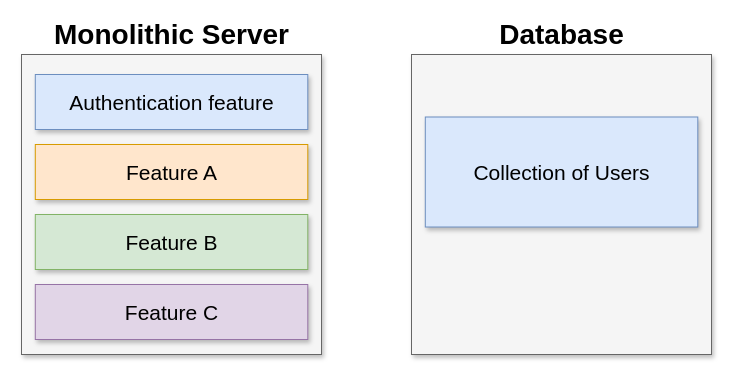
HappySuzuki/microservices-cast keeps this draw.io diagram as page "07 - db" (7 of 22) of diagrams/01/diagrams.drawio. Above is the earlier version. Source tidied: cells renumbered, new cells numbered last; positions are measured from the earlier drawing's top-left corner, leaving out a move shared by most shapes. Both pictures are drawn from the tidied source at 100%, with x=0, y=0 at pixel (21, 24).
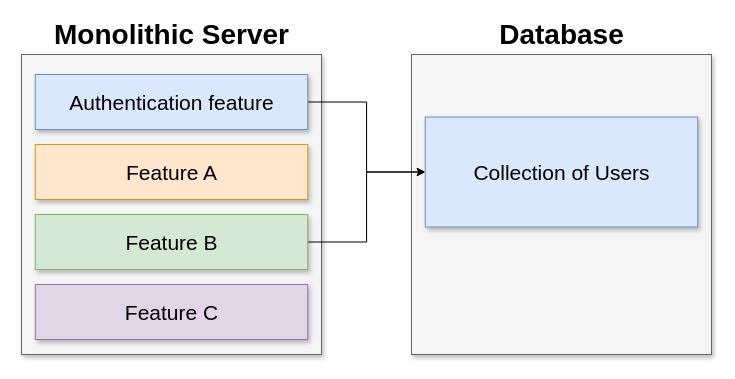
The same page after the edit.

What changed in the source:
```diff
@@
 <mxGraphModel>
   <root>
     <mxCell id="0" />
     <mxCell id="1" parent="0" />
     <mxCell id="2" style="rounded=0;whiteSpace=wrap;html=1;shadow=1;fontSize=28;fillColor=#f5f5f5;strokeColor=#666666;fontColor=#333333;" parent="1" vertex="1">
       <mxGeometry x="390" y="30" width="300" height="300" as="geometry" />
     </mxCell>
     <mxCell id="3" value="Collection of Users" style="rounded=0;whiteSpace=wrap;html=1;shadow=1;fontSize=21;fillColor=#dae8fc;strokeColor=#6c8ebf;" parent="1" vertex="1">
       <mxGeometry x="403.8" y="92.5" width="272.5" height="110" as="geometry" />
     </mxCell>
     <mxCell id="4" style="rounded=0;whiteSpace=wrap;html=1;shadow=1;fontSize=28;fillColor=#f5f5f5;strokeColor=#666666;fontColor=#333333;" parent="1" vertex="1">
       <mxGeometry y="30" width="300" height="300" as="geometry" />
     </mxCell>
     <mxCell id="5" value="Monolithic Server" style="text;html=1;strokeColor=none;fillColor=none;align=center;verticalAlign=middle;whiteSpace=wrap;rounded=0;shadow=0;fontSize=28;fontStyle=1;" parent="1" vertex="1">
       <mxGeometry x="7.5" width="285" height="20" as="geometry" />
     </mxCell>
+    <mxCell id="11" style="edgeStyle=orthogonalEdgeStyle;rounded=0;jettySize=auto;html=1;exitX=1;exitY=0.5;exitDx=0;exitDy=0;fontSize=24;" parent="1" edge="1" source="6" target="3">
+      <mxGeometry relative="1" as="geometry" />
+    </mxCell>
     <mxCell id="6" value="Authentication feature" style="rounded=0;whiteSpace=wrap;html=1;shadow=1;fontSize=21;fillColor=#dae8fc;strokeColor=#6c8ebf;" parent="1" vertex="1">
       <mxGeometry x="13.8" y="50" width="272.5" height="55" as="geometry" />
     </mxCell>
     <mxCell id="7" value="Feature A" style="rounded=0;whiteSpace=wrap;html=1;shadow=1;fontSize=21;fillColor=#ffe6cc;strokeColor=#d79b00;" parent="1" vertex="1">
       <mxGeometry x="13.8" y="120" width="272.5" height="55" as="geometry" />
     </mxCell>
+    <mxCell id="12" style="edgeStyle=orthogonalEdgeStyle;rounded=0;jettySize=auto;html=1;exitX=1;exitY=0.5;exitDx=0;exitDy=0;entryX=0;entryY=0.5;entryDx=0;entryDy=0;fontSize=24;" parent="1" edge="1" source="8" target="3">
+      <mxGeometry relative="1" as="geometry" />
+    </mxCell>
     <mxCell id="8" value="Feature B" style="rounded=0;whiteSpace=wrap;html=1;shadow=1;fontSize=21;fillColor=#d5e8d4;strokeColor=#82b366;" parent="1" vertex="1">
       <mxGeometry x="13.8" y="190" width="272.5" height="55" as="geometry" />
     </mxCell>
     <mxCell id="9" value="Feature C" style="rounded=0;whiteSpace=wrap;html=1;shadow=1;fontSize=21;fillColor=#e1d5e7;strokeColor=#9673a6;" parent="1" vertex="1">
       <mxGeometry x="13.8" y="260" width="272.5" height="55" as="geometry" />
     </mxCell>
     <mxCell id="10" value="Database" style="text;html=1;strokeColor=none;fillColor=none;align=center;verticalAlign=middle;whiteSpace=wrap;rounded=0;shadow=0;fontSize=28;fontStyle=1;" parent="1" vertex="1">
       <mxGeometry x="397.5" width="285" height="20" as="geometry" />
     </mxCell>
   </root>
 </mxGraphModel>
```
